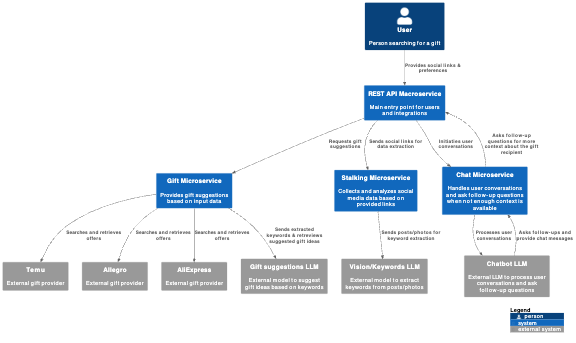
Before: C4_v0.1.0/context.png, a diagram exported from PlantUML (Generacja-Cuzi/ai-present-finder). Its source is kept beside it as C4_v0.1.0/context.puml. Source of this version:
```plantuml
@startuml C4_Context_MVP
!include https://raw.githubusercontent.com/plantuml-stdlib/C4-PlantUML/master/C4_Context.puml

Person(user, "User", "Person searching for a gift")

System(system_rest_api, "REST API Macroservice", "Main entry point for users and integrations")
System(system_gift_microservice, "Gift Microservice", "Provides gift suggestions based on input data")
System(system_spying_microservice, "Stalking Microservice", "Collects and analyzes social media data based on provided links")
System(system_chat_microservice, "Chat Microservice", "Handles user conversations and ask follow-up questions when not enough context is available")



System_Ext(temu, "Temu", "External gift provider")
System_Ext(allegro, "Allegro", "External gift provider")
System_Ext(aliexpress, "AliExpress", "External gift provider")

System_Ext(chatbot_llm, "Chatbot LLM", "External LLM to process user conversations and ask follow-up questions")
System_Ext(vision_llm, "Vision/Keywords LLM", "External model to extract keywords from posts/photos")
System_Ext(gift_llm, "Gift suggestions LLM", "External model to suggest gift ideas based on keywords")

Rel(user, system_rest_api, "Provides social links & preferences")
Rel(system_rest_api, system_spying_microservice, "Sends social links for data extraction")
Rel(system_spying_microservice, vision_llm, "Sends posts/photos for keyword extraction")
Rel(system_chat_microservice, chatbot_llm, "Processes user conversations")
Rel(chatbot_llm, system_chat_microservice, "Asks follow-ups and provide chat messages")

Rel(system_rest_api, system_gift_microservice, "Requests gift suggestions")
Rel(system_gift_microservice, temu, "Searches and retrieves offers")
Rel(system_gift_microservice, allegro, "Searches and retrieves offers")
Rel(system_gift_microservice, aliexpress, "Searches and retrieves offers")
Rel(system_rest_api, system_chat_microservice, "Initiaties user conversations")
Rel(system_chat_microservice, system_rest_api, "Asks follow-up questions for more context about the gift recipient")
Rel(system_gift_microservice, gift_llm, "Sends extracted keywords & retreviews suggested gift ideas")

SHOW_LEGEND()
@enduml
```
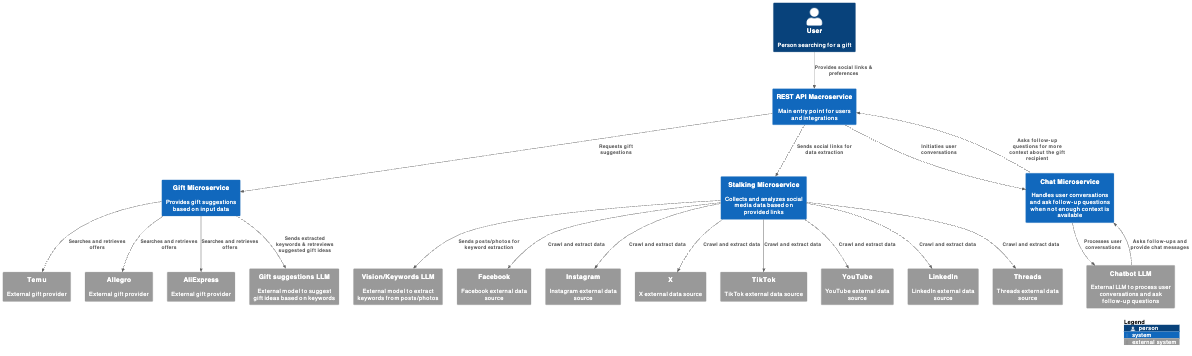
Later version of the same file.

Commit message:
feat: add missing social sources

Change to the diagram source:
```diff
@@ -17,6 +17,26 @@
 System_Ext(chatbot_llm, "Chatbot LLM", "External LLM to process user conversations and ask follow-up questions")
 System_Ext(vision_llm, "Vision/Keywords LLM", "External model to extract keywords from posts/photos")
 System_Ext(gift_llm, "Gift suggestions LLM", "External model to suggest gift ideas based on keywords")
+System_Ext(fb_ext, "Facebook", "Facebook external data source")
+System_Ext(ig_ext, "Instagram", "Instagram external data source")
+System_Ext(x_ext, "X", "X external data source")
+System_Ext(tiktok_ext, "TikTok", "TikTok external data source")
+System_Ext(youtube_ext, "YouTube", "YouTube external data source")
+System_Ext(linkedin_ext, "LinkedIn", "LinkedIn external data source")
+System_Ext(threads_ext, "Threads", "Threads external data source")
+
+
+Rel(system_spying_microservice, fb_ext, "Crawl and extract data")
+Rel(system_spying_microservice, ig_ext, "Crawl and extract data")
+Rel(system_spying_microservice, x_ext, "Crawl and extract data")
+Rel(system_spying_microservice, tiktok_ext, "Crawl and extract data")
+Rel(system_spying_microservice, youtube_ext, "Crawl and extract data")
+Rel(system_spying_microservice, linkedin_ext, "Crawl and extract data")
+Rel(system_spying_microservice, threads_ext, "Crawl and extract data")
+
+
+
+
 
 Rel(user, system_rest_api, "Provides social links & preferences")
 Rel(system_rest_api, system_spying_microservice, "Sends social links for data extraction")
```
